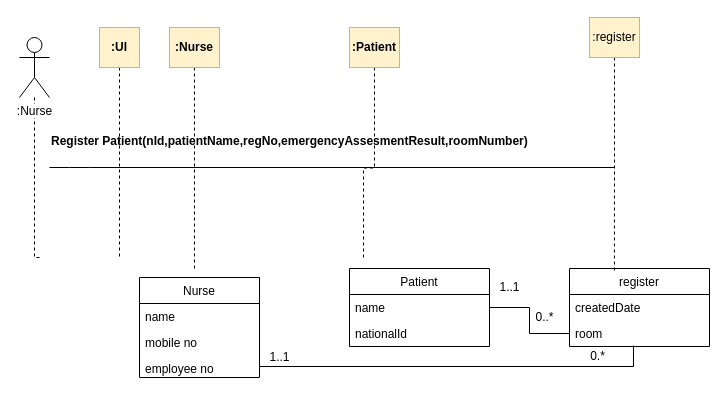
This is model-task-5.drawio from kestersimm/drawio, a draw.io file, before an edit. Source tidied: cells renumbered, new cells numbered last; positions are measured from the earlier drawing's top-left corner, leaving out a move shared by most shapes. Both pictures are drawn from the tidied source at 100%, with x=0, y=0 at pixel (19, 17).
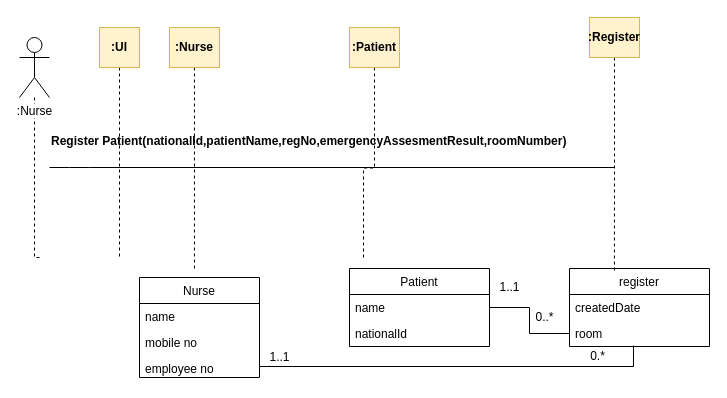
After the change.

What changed in the source:
```diff
@@
-    <mxCell id="19" value=":register" style="rounded=0;whiteSpace=wrap;html=1;fillColor=#fff2cc;strokeColor=#d6b656;" parent="1" vertex="1">
+    <mxCell id="19" value="&lt;b&gt;:Register&lt;/b&gt;" style="rounded=0;whiteSpace=wrap;html=1;fillColor=#fff2cc;strokeColor=#d6b656;" parent="1" vertex="1">
       <mxGeometry x="570" width="50" height="40" as="geometry" />
     </mxCell>
@@
-    <mxCell id="29" value="&lt;b&gt;Register Patient(nId,patientName,regNo,emergencyAssesmentResult,roomNumber)&lt;/b&gt;" style="text;html=1;" parent="1" vertex="1">
+    <mxCell id="29" value="&lt;b&gt;Register Patient(nationalId,patientName,regNo,emergencyAssesmentResult,roomNumber)&lt;/b&gt;" style="text;html=1;" parent="1" vertex="1">
       <mxGeometry x="30" y="110" width="470" height="30" as="geometry" />
     </mxCell>
```
